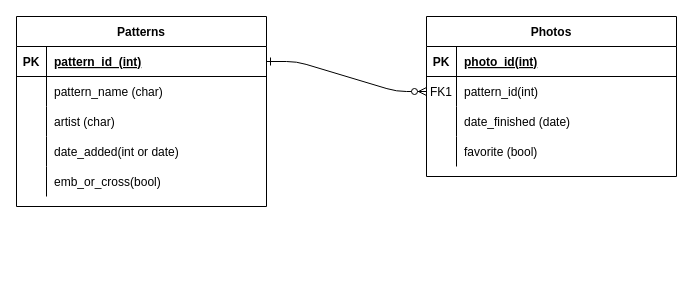
The draw.io diagram StitchKeeper.drawio in mfgreen42/StitchKeeper_Capstone, before the edit. Source tidied: cells renumbered, new cells numbered last; positions are measured from the earlier drawing's top-left corner, leaving out a move shared by most shapes. Both pictures are drawn from the tidied source at 100%, with x=0, y=0 at pixel (16, 16).
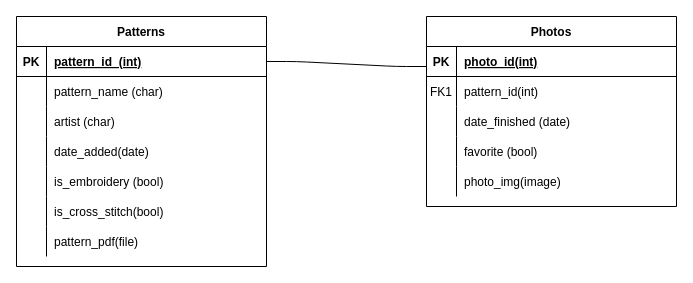
The same diagram, later.

The change refers to these unchanged cells:
```xml
<mxCell id="7" style="shape=partialRectangle;fillColor=none;points=[[0,0.5],[1,0.5]];portConstraint=eastwest;top=0;left=0;right=0;bottom=0;" parent="3" vertex="1">
  <mxGeometry y="60" width="250" height="30" as="geometry" />
</mxCell>
<mxCell id="17" style="shape=partialRectangle;fillColor=none;points=[[0,0.5],[1,0.5]];portConstraint=eastwest;top=0;left=0;right=0;bottom=1;" parent="16" vertex="1">
  <mxGeometry y="30" width="250" height="30" as="geometry" />
</mxCell>
<mxCell id="26" style="shape=partialRectangle;fillColor=none;top=0;left=0;right=0;bottom=0;" parent="16" vertex="1">
  <mxGeometry y="120" width="250" height="30" as="geometry" />
</mxCell>
<mxCell id="29" style="shape=partialRectangle;fillColor=none;top=0;left=0;right=0;bottom=0;" parent="16" vertex="1">
  <mxGeometry y="150" width="250" height="30" as="geometry" />
</mxCell>
```

The edit, as a diff of the source:
```diff
@@
-    <mxCell id="2" style="edgeStyle=entityRelationEdgeStyle;endArrow=ERzeroToMany;startArrow=ERone;endFill=1;startFill=0;" parent="1" edge="1" source="17" target="7">
-      <mxGeometry relative="1" as="geometry" />
+    <mxCell id="2" style="edgeStyle=entityRelationEdgeStyle;endArrow=none;startArrow=none;endFill=0;startFill=0;exitX=1;exitY=0.5;exitDx=0;exitDy=0;" parent="1" edge="1" source="17">
+      <mxGeometry relative="1" as="geometry">
+        <mxPoint x="410" y="50" as="targetPoint" />
+      </mxGeometry>
     </mxCell>
     <mxCell id="3" value="Photos" style="shape=table;startSize=30;childLayout=tableLayout;rowLines=0;fontStyle=1;align=center;" parent="1" vertex="1">
-      <mxGeometry x="410" width="250" height="160" as="geometry" />
+      <mxGeometry x="410" width="250" height="190" as="geometry" />
     </mxCell>
@@
+    <mxCell id="32" style="shape=partialRectangle;fillColor=none;top=0;left=0;right=0;bottom=0;" parent="3" vertex="1">
+      <mxGeometry y="150" width="250" height="30" as="geometry" />
+    </mxCell>
+    <mxCell id="33" style="shape=partialRectangle;overflow=hidden;fillColor=none;top=0;left=0;bottom=0;right=0;" parent="32" vertex="1">
+      <mxGeometry width="30" height="30" as="geometry" />
+    </mxCell>
+    <mxCell id="34" value="photo_img(image)" style="shape=partialRectangle;overflow=hidden;fillColor=none;top=0;left=0;bottom=0;right=0;align=left;spacingLeft=6;" parent="32" vertex="1">
+      <mxGeometry x="30" width="220" height="30" as="geometry" />
+    </mxCell>
     <mxCell id="16" value="Patterns" style="shape=table;startSize=30;childLayout=tableLayout;rowLines=0;fontStyle=1;align=center;" parent="1" vertex="1">
-      <mxGeometry width="250" height="190" as="geometry" />
+      <mxGeometry width="250" height="250" as="geometry" />
     </mxCell>
@@
-    <mxCell id="28" value="date_added(int or date)" style="shape=partialRectangle;overflow=hidden;fillColor=none;top=0;left=0;bottom=0;right=0;align=left;spacingLeft=6;" parent="26" vertex="1">
+    <mxCell id="28" value="date_added(date)" style="shape=partialRectangle;overflow=hidden;fillColor=none;top=0;left=0;bottom=0;right=0;align=left;spacingLeft=6;" parent="26" vertex="1">
       <mxGeometry x="30" width="220" height="30" as="geometry" />
     </mxCell>
@@
-    <mxCell id="31" value="emb_or_cross(bool)" style="shape=partialRectangle;overflow=hidden;fillColor=none;top=0;left=0;bottom=0;right=0;align=left;spacingLeft=6;" parent="29" vertex="1">
+    <mxCell id="31" value="is_embroidery (bool)" style="shape=partialRectangle;overflow=hidden;fillColor=none;top=0;left=0;bottom=0;right=0;align=left;spacingLeft=6;" parent="29" vertex="1">
       <mxGeometry x="30" width="220" height="30" as="geometry" />
     </mxCell>
+    <mxCell id="35" style="shape=partialRectangle;fillColor=none;top=0;left=0;right=0;bottom=0;" parent="16" vertex="1">
+      <mxGeometry y="180" width="250" height="30" as="geometry" />
+    </mxCell>
+    <mxCell id="36" style="shape=partialRectangle;overflow=hidden;fillColor=none;top=0;left=0;bottom=0;right=0;" parent="35" vertex="1">
+      <mxGeometry width="30" height="30" as="geometry" />
+    </mxCell>
+    <mxCell id="37" value="is_cross_stitch(bool)" style="shape=partialRectangle;overflow=hidden;fillColor=none;top=0;left=0;bottom=0;right=0;align=left;spacingLeft=6;" parent="35" vertex="1">
+      <mxGeometry x="30" width="220" height="30" as="geometry" />
+    </mxCell>
+    <mxCell id="38" style="shape=partialRectangle;fillColor=none;top=0;left=0;right=0;bottom=0;" parent="16" vertex="1">
+      <mxGeometry y="210" width="250" height="30" as="geometry" />
+    </mxCell>
+    <mxCell id="39" style="shape=partialRectangle;overflow=hidden;fillColor=none;top=0;left=0;bottom=0;right=0;" parent="38" vertex="1">
+      <mxGeometry width="30" height="30" as="geometry" />
+    </mxCell>
+    <mxCell id="40" value="pattern_pdf(file)" style="shape=partialRectangle;overflow=hidden;fillColor=none;top=0;left=0;bottom=0;right=0;align=left;spacingLeft=6;" parent="38" vertex="1">
+      <mxGeometry x="30" width="220" height="30" as="geometry" />
+    </mxCell>
```
